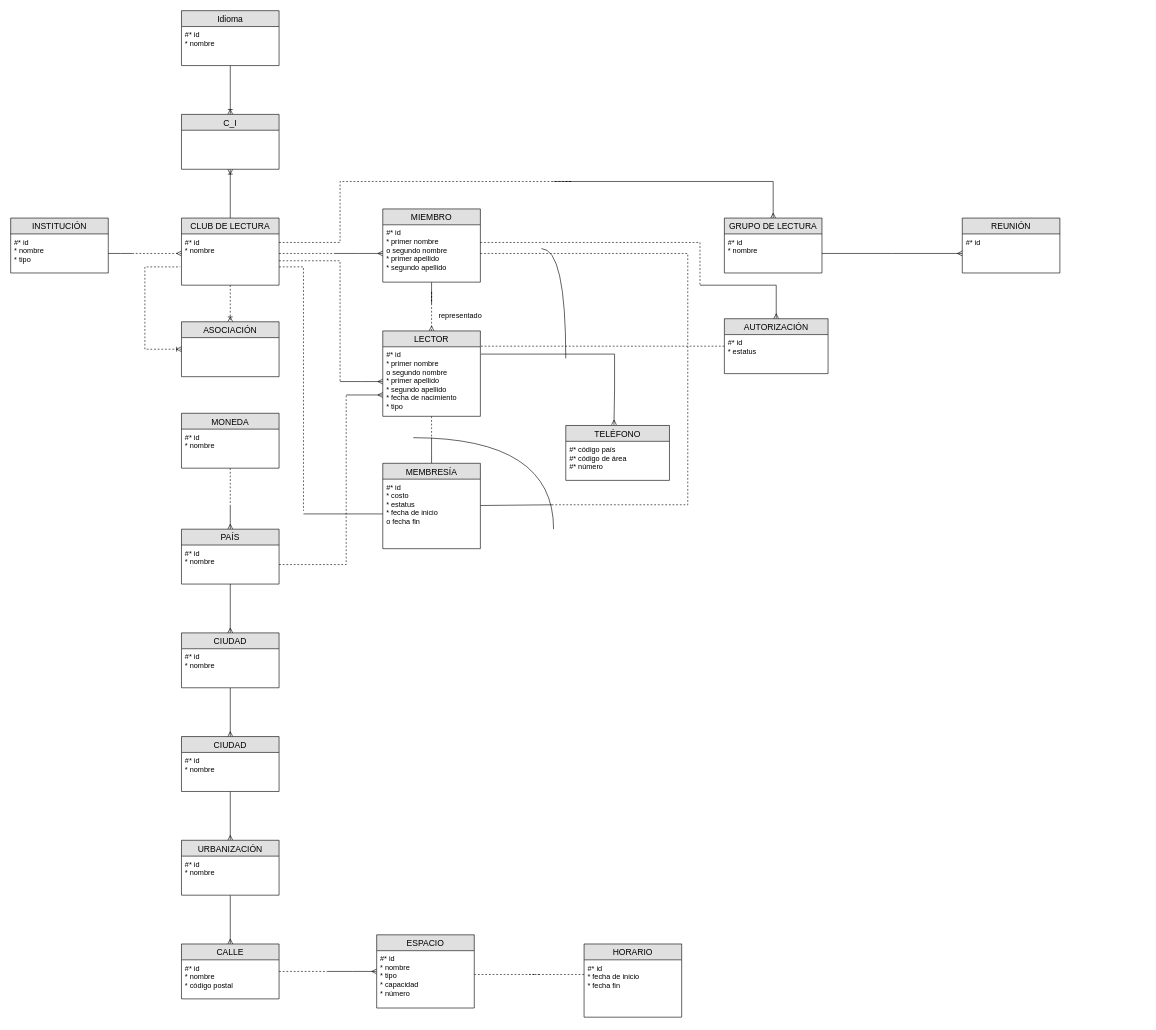
Before: DB I/ER.drawio in NeutronBlast/IS-Ex, a draw.io diagram. Source tidied: cells renumbered, new cells numbered last; positions are measured from the earlier drawing's top-left corner, leaving out a move shared by most shapes. Both pictures are drawn from the tidied source at 61%, with x=0, y=0 at pixel (10, 10).
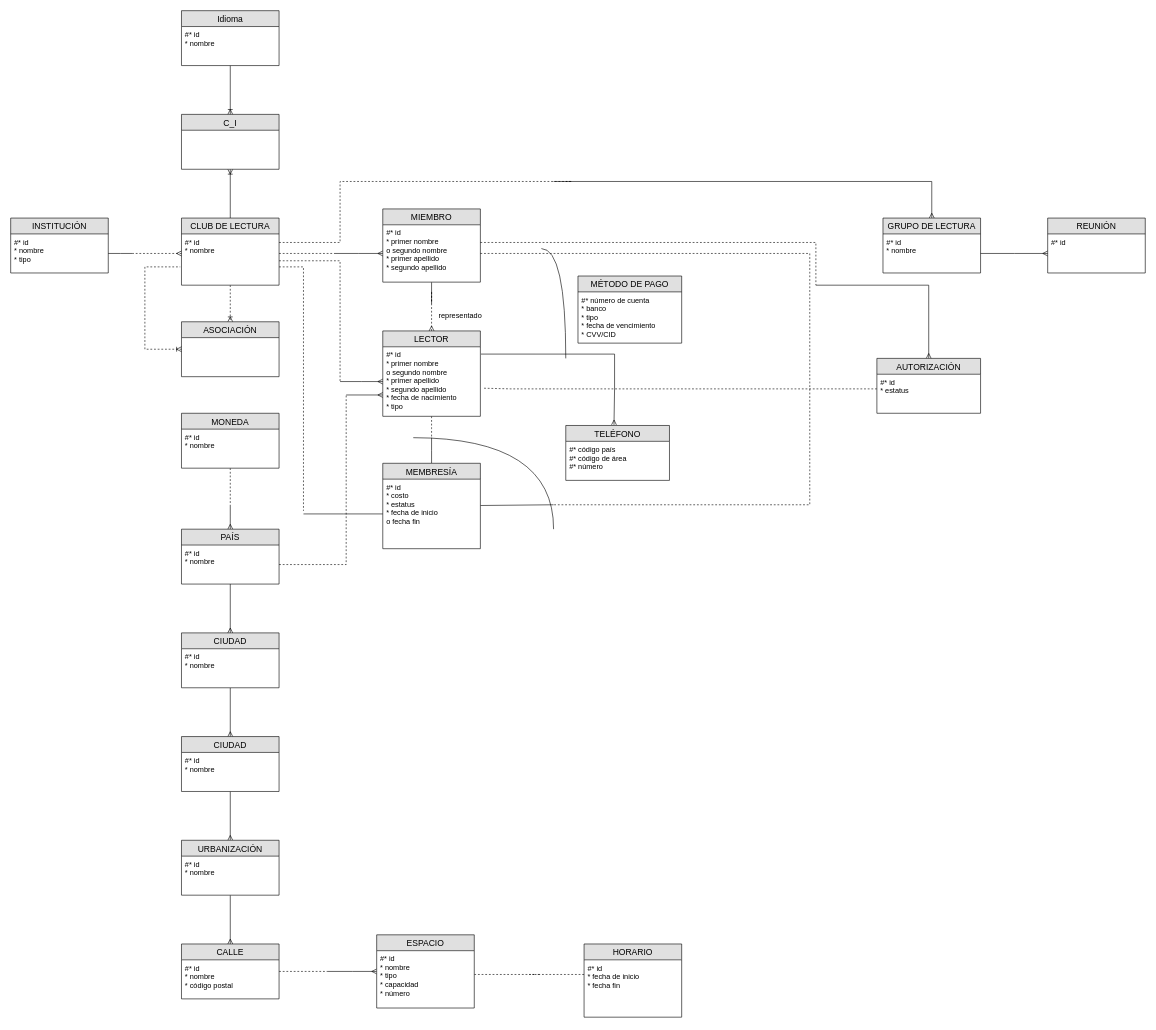
The same diagram, later.

Unchanged cells that the change refers to:
```xml
<mxCell id="18" value="#* id&#10;* primer nombre&#10;o segundo nombre&#10;* primer apellido&#10;* segundo apellido" style="text;strokeColor=none;fillColor=none;spacingLeft=4;spacingRight=4;overflow=hidden;points=[[0,0.5],[1,0.5]];portConstraint=eastwest;fontSize=12;" parent="17" vertex="1">
  <mxGeometry y="26" width="160" height="94" as="geometry" />
</mxCell>
<mxCell id="23" value="#* id&#10;* primer nombre&#10;o segundo nombre&#10;* primer apellido&#10;* segundo apellido&#10;* fecha de nacimiento&#10;* tipo" style="text;strokeColor=none;fillColor=none;spacingLeft=4;spacingRight=4;overflow=hidden;points=[[0,0.5],[1,0.5]];portConstraint=eastwest;fontSize=12;" parent="22" vertex="1">
  <mxGeometry y="26" width="160" height="114" as="geometry" />
</mxCell>
<mxCell id="30" value="#* id" style="text;strokeColor=none;fillColor=none;spacingLeft=4;spacingRight=4;overflow=hidden;points=[[0,0.5],[1,0.5]];portConstraint=eastwest;fontSize=12;" parent="29" vertex="1">
  <mxGeometry y="26" width="160" height="64" as="geometry" />
</mxCell>
```

What changed in the source:
```diff
@@
-    <mxCell id="21" style="rounded=0;orthogonalLoop=1;jettySize=auto;html=1;startArrow=none;startFill=0;endArrow=none;endFill=0;dashed=1;" parent="1" edge="1">
+    <mxCell id="21" style="rounded=0;jettySize=auto;html=1;startArrow=none;startFill=0;endArrow=none;endFill=0;dashed=1;exitX=1.038;exitY=0.596;exitDx=0;exitDy=0;exitPerimeter=0;" parent="1" edge="1" source="23">
       <mxGeometry relative="1" as="geometry">
-        <mxPoint x="771" y="550" as="sourcePoint" />
-        <mxPoint x="870" y="550" as="targetPoint" />
+        <mxPoint x="870" y="620" as="targetPoint" />
+        <Array as="points">
+          <mxPoint x="820" y="620" />
+        </Array>
       </mxGeometry>
     </mxCell>
@@
     <mxCell id="25" style="edgeStyle=orthogonalEdgeStyle;rounded=0;jettySize=auto;html=1;exitX=0.5;exitY=0;exitDx=0;exitDy=0;startArrow=ERmany;startFill=0;endArrow=none;endFill=0;" parent="1" edge="1" source="26">
       <mxGeometry relative="1" as="geometry">
         <mxPoint x="890" y="280" as="targetPoint" />
         <Array as="points">
-          <mxPoint x="1250" y="280" />
+          <mxPoint x="1510" y="280" />
         </Array>
       </mxGeometry>
     </mxCell>
     <mxCell id="26" value="GRUPO DE LECTURA" style="swimlane;fontStyle=0;horizontal=1;startSize=26;fillColor=#e0e0e0;swimlaneFillColor=#ffffff;align=center;fontSize=14;" parent="1" vertex="1">
-      <mxGeometry x="1170" y="340" width="160" height="90" as="geometry" />
+      <mxGeometry x="1430" y="340" width="160" height="90" as="geometry" />
     </mxCell>
@@
     <mxCell id="29" value="REUNIÓN" style="swimlane;fontStyle=0;horizontal=1;startSize=26;fillColor=#e0e0e0;swimlaneFillColor=#ffffff;align=center;fontSize=14;" parent="1" vertex="1">
-      <mxGeometry x="1560" y="340" width="160" height="90" as="geometry" />
+      <mxGeometry x="1700" y="340" width="160" height="90" as="geometry" />
     </mxCell>
@@
     <mxCell id="31" style="edgeStyle=orthogonalEdgeStyle;rounded=0;jettySize=auto;html=1;exitX=0;exitY=0.5;exitDx=0;exitDy=0;startArrow=ERmany;startFill=0;endArrow=none;endFill=0;" parent="1" edge="1" source="30">
       <mxGeometry relative="1" as="geometry">
-        <mxPoint x="1330" y="398" as="targetPoint" />
+        <mxPoint x="1590" y="398" as="targetPoint" />
       </mxGeometry>
     </mxCell>
@@
     <mxCell id="66" style="edgeStyle=orthogonalEdgeStyle;rounded=0;jettySize=auto;html=1;startArrow=none;startFill=0;endArrow=none;endFill=0;dashed=1;" parent="1" edge="1" source="18">
       <mxGeometry relative="1" as="geometry">
         <mxPoint x="890" y="810" as="targetPoint" />
         <Array as="points">
-          <mxPoint x="1110" y="398" />
-          <mxPoint x="1110" y="810" />
+          <mxPoint x="1310" y="398" />
+          <mxPoint x="1310" y="810" />
         </Array>
       </mxGeometry>
     </mxCell>
@@
     <mxCell id="68" style="edgeStyle=orthogonalEdgeStyle;rounded=0;jettySize=auto;html=1;startArrow=none;startFill=0;endArrow=none;endFill=0;dashed=1;" parent="1" edge="1" source="70">
       <mxGeometry relative="1" as="geometry">
-        <mxPoint x="870" y="550" as="targetPoint" />
+        <mxPoint x="870" y="620" as="targetPoint" />
+        <Array as="points">
+          <mxPoint x="1280" y="620" />
+          <mxPoint x="1280" y="620" />
+        </Array>
       </mxGeometry>
     </mxCell>
     <mxCell id="69" style="edgeStyle=orthogonalEdgeStyle;rounded=0;jettySize=auto;html=1;startArrow=ERmany;startFill=0;endArrow=none;endFill=0;" parent="1" edge="1" source="70">
       <mxGeometry relative="1" as="geometry">
-        <mxPoint x="1130" y="450" as="targetPoint" />
+        <mxPoint x="1320" y="450" as="targetPoint" />
         <Array as="points">
-          <mxPoint x="1255" y="450" />
+          <mxPoint x="1505" y="450" />
         </Array>
       </mxGeometry>
     </mxCell>
     <mxCell id="70" value="AUTORIZACIÓN" style="swimlane;fontStyle=0;horizontal=1;startSize=26;fillColor=#e0e0e0;swimlaneFillColor=#ffffff;align=center;fontSize=14;" parent="1" vertex="1">
-      <mxGeometry x="1170" y="505" width="170" height="90" as="geometry" />
+      <mxGeometry x="1420" y="570" width="170" height="90" as="geometry" />
     </mxCell>
@@
     <mxCell id="72" style="edgeStyle=orthogonalEdgeStyle;rounded=0;orthogonalLoop=1;jettySize=auto;html=1;startArrow=none;startFill=0;endArrow=none;endFill=0;dashed=1;" parent="1" edge="1">
       <mxGeometry relative="1" as="geometry">
         <mxPoint x="770" y="380" as="sourcePoint" />
-        <mxPoint x="1130" y="450" as="targetPoint" />
+        <mxPoint x="1320" y="450" as="targetPoint" />
         <Array as="points">
-          <mxPoint x="1130" y="380" />
-          <mxPoint x="1130" y="450" />
+          <mxPoint x="1320" y="380" />
+          <mxPoint x="1320" y="450" />
         </Array>
       </mxGeometry>
     </mxCell>
@@
+    <mxCell id="82" value="MÉTODO DE PAGO" style="swimlane;fontStyle=0;horizontal=1;startSize=26;fillColor=#e0e0e0;swimlaneFillColor=#ffffff;align=center;fontSize=14;" parent="1" vertex="1">
+      <mxGeometry x="930" y="435" width="170" height="110" as="geometry" />
+    </mxCell>
+    <mxCell id="83" value="#* número de cuenta&#10;* banco&#10;* tipo&#10;* fecha de vencimiento&#10;* CVV/CID" style="text;strokeColor=none;fillColor=none;spacingLeft=4;spacingRight=4;overflow=hidden;fontSize=12;" parent="82" vertex="1">
+      <mxGeometry y="26" width="170" height="84" as="geometry" />
+    </mxCell>
```
